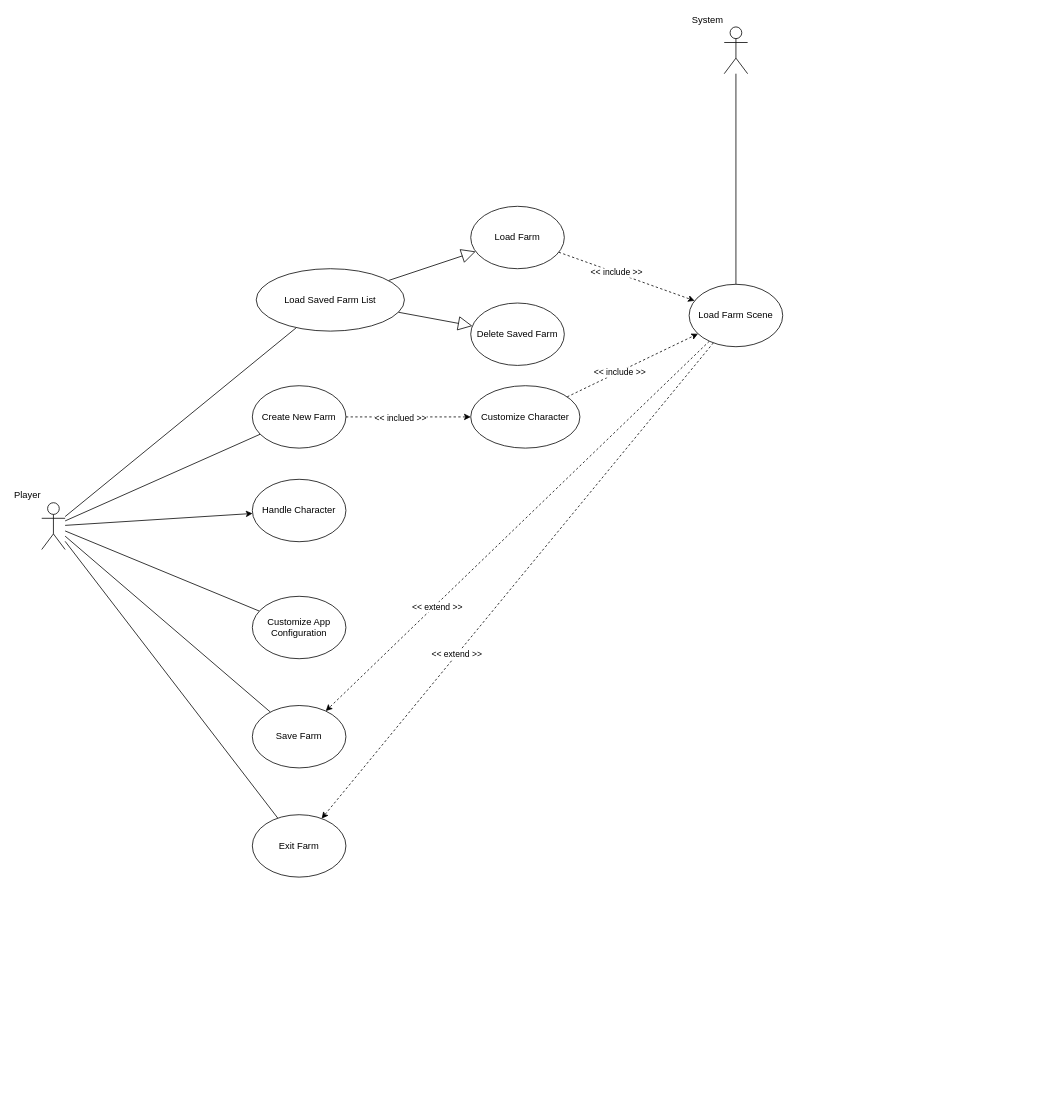
linhh563/sunny-fields keeps this draw.io diagram as page "Player_Use_cases" (1 of 2) of Document/sunny_field_use_cases.drawio. Above is the earlier version. Source tidied: cells renumbered, new cells numbered last; positions are measured from the earlier drawing's top-left corner, leaving out a move shared by most shapes. Both pictures are drawn from the tidied source at 78%, with x=0, y=0 at pixel (41, 27).
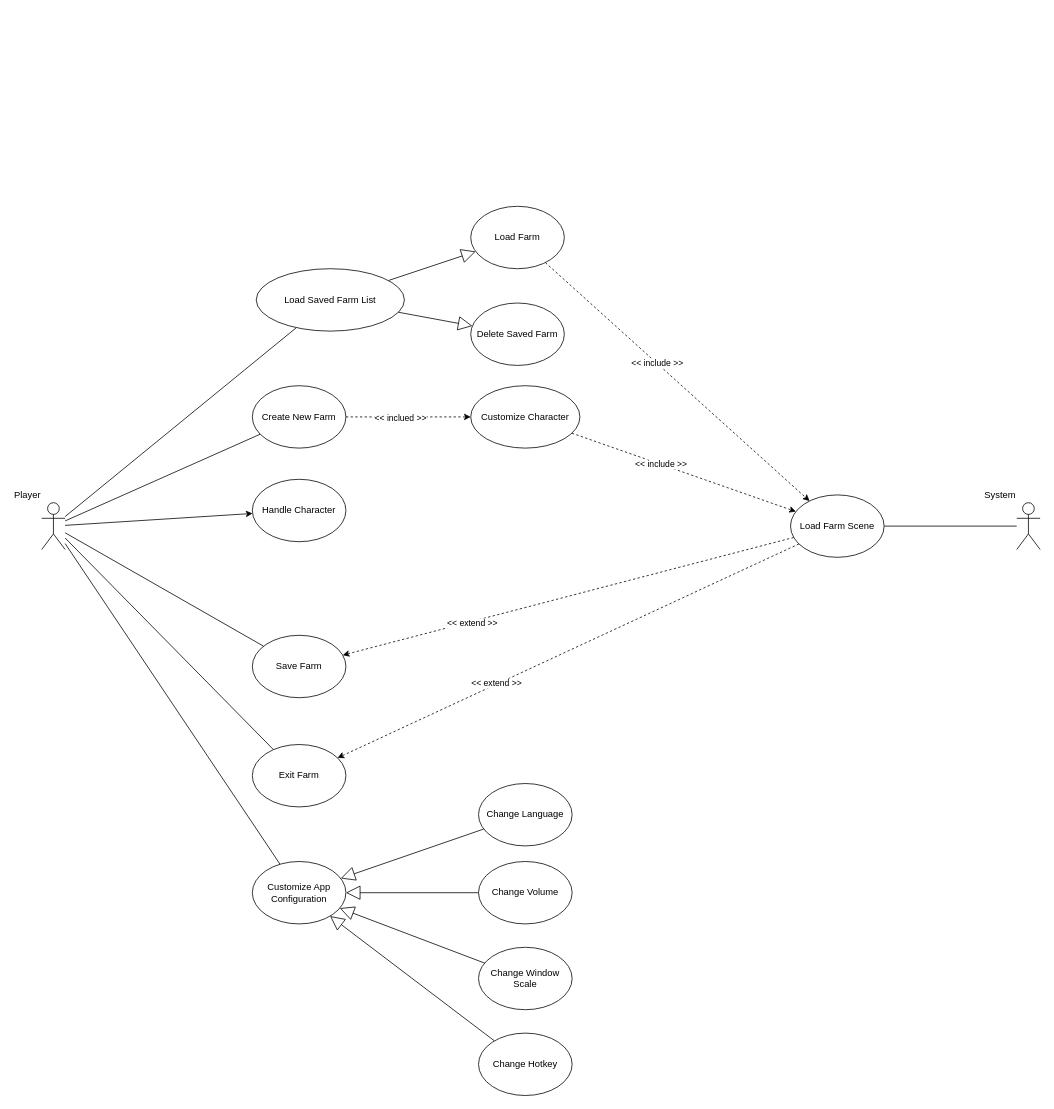
After the change.

What changed in the source:
```diff
@@
     <mxCell id="19" value="Save Farm" style="ellipse;whiteSpace=wrap;html=1;" parent="1" vertex="1">
-      <mxGeometry x="270" y="870" width="120" height="80" as="geometry" />
+      <mxGeometry x="270" y="780" width="120" height="80" as="geometry" />
     </mxCell>
+    <mxCell id="33" style="rounded=0;jettySize=auto;html=1;endArrow=none;endFill=0;startArrow=block;startFill=0;startSize=16;" parent="1" edge="1" source="20" target="37">
+      <mxGeometry relative="1" as="geometry" />
+    </mxCell>
+    <mxCell id="34" style="rounded=0;jettySize=auto;html=1;endArrow=none;endFill=0;startArrow=block;startFill=0;startSize=16;" parent="1" edge="1" source="20" target="40">
+      <mxGeometry relative="1" as="geometry" />
+    </mxCell>
     <mxCell id="20" value="Customize App Configuration" style="ellipse;whiteSpace=wrap;html=1;" parent="1" vertex="1">
-      <mxGeometry x="270" y="730" width="120" height="80" as="geometry" />
+      <mxGeometry x="270" y="1070" width="120" height="80" as="geometry" />
     </mxCell>
     <mxCell id="21" value="Exit Farm" style="ellipse;whiteSpace=wrap;html=1;" parent="1" vertex="1">
-      <mxGeometry x="270" y="1010" width="120" height="80" as="geometry" />
+      <mxGeometry x="270" y="920" width="120" height="80" as="geometry" />
     </mxCell>
@@
     <mxCell id="27" value="System" style="shape=umlActor;verticalLabelPosition=top;verticalAlign=bottom;html=1;outlineConnect=0;labelPosition=left;align=right;" parent="1" vertex="1">
-      <mxGeometry x="875" width="30" height="60" as="geometry" />
+      <mxGeometry x="1250" y="610" width="30" height="60" as="geometry" />
     </mxCell>
@@
     <mxCell id="32" value="Load Farm Scene" style="ellipse;whiteSpace=wrap;html=1;" parent="1" vertex="1">
-      <mxGeometry x="830" y="330" width="120" height="80" as="geometry" />
+      <mxGeometry x="960" y="600" width="120" height="80" as="geometry" />
     </mxCell>
+    <mxCell id="35" value="Change Language" style="ellipse;whiteSpace=wrap;html=1;" parent="1" vertex="1">
+      <mxGeometry x="560" y="970" width="120" height="80" as="geometry" />
+    </mxCell>
+    <mxCell id="36" style="rounded=0;jettySize=auto;html=1;endArrow=none;endFill=0;startArrow=block;startFill=0;endSize=16;startSize=16;" parent="1" edge="1" source="20" target="35">
+      <mxGeometry relative="1" as="geometry" />
+    </mxCell>
+    <mxCell id="37" value="Change Volume" style="ellipse;whiteSpace=wrap;html=1;" parent="1" vertex="1">
+      <mxGeometry x="560" y="1070" width="120" height="80" as="geometry" />
+    </mxCell>
+    <mxCell id="38" value="Change Window Scale" style="ellipse;whiteSpace=wrap;html=1;" parent="1" vertex="1">
+      <mxGeometry x="560" y="1180" width="120" height="80" as="geometry" />
+    </mxCell>
+    <mxCell id="39" style="rounded=0;jettySize=auto;html=1;startArrow=block;startFill=0;endArrow=none;endFill=0;startSize=16;" parent="1" edge="1" source="20" target="38">
+      <mxGeometry relative="1" as="geometry" />
+    </mxCell>
+    <mxCell id="40" value="Change Hotkey" style="ellipse;whiteSpace=wrap;html=1;" parent="1" vertex="1">
+      <mxGeometry x="560" y="1290" width="120" height="80" as="geometry" />
+    </mxCell>
```
